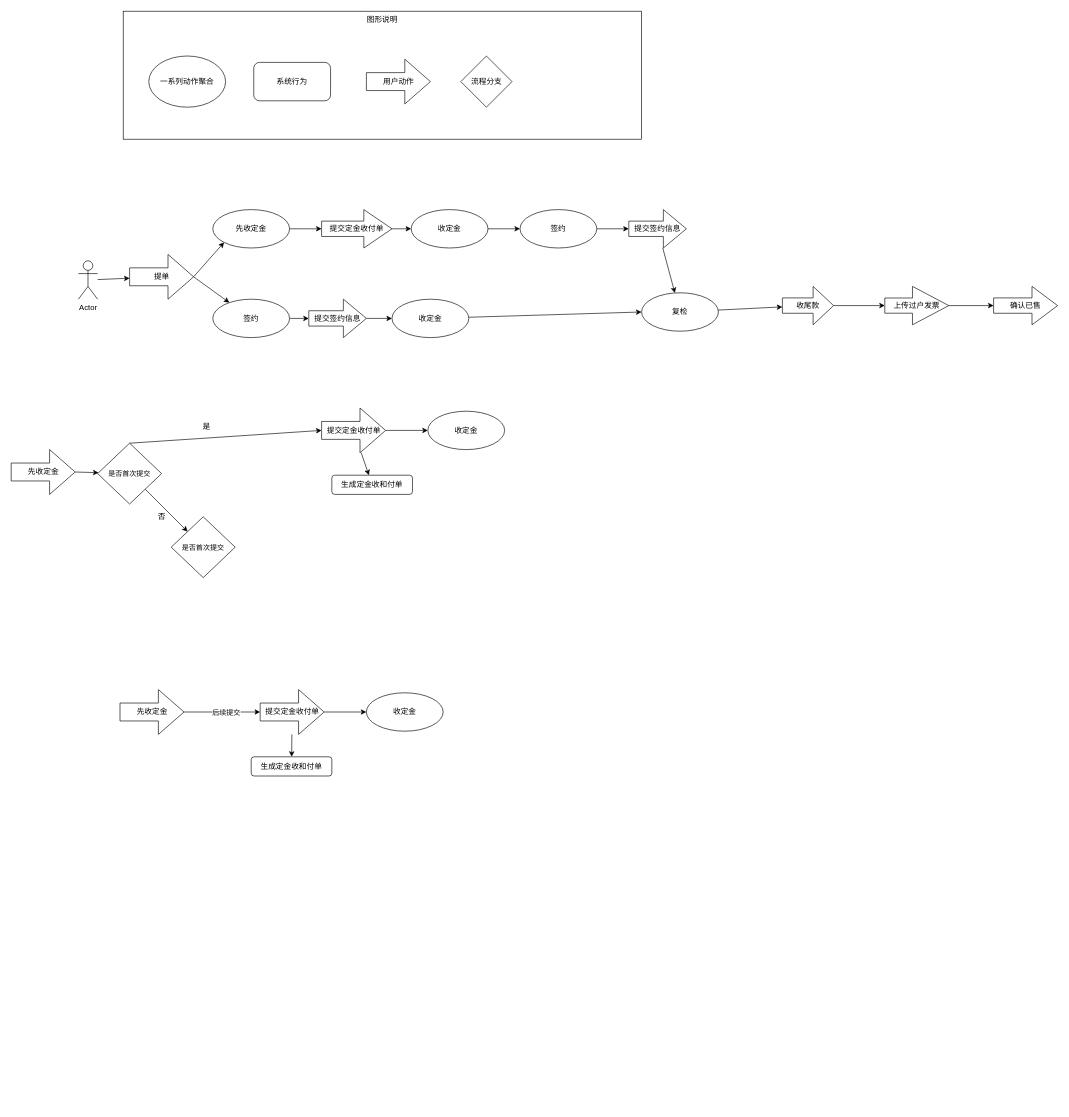
Before: page "流程概览" (1 of 3) of 先收定金优化.drawio in daicx/daicx, a draw.io diagram. Source tidied: cells renumbered, new cells numbered last; positions are measured from the earlier drawing's top-left corner, leaving out a move shared by most shapes. Both pictures are drawn from the tidied source at 64%, with x=0, y=0 at pixel (11, 11).
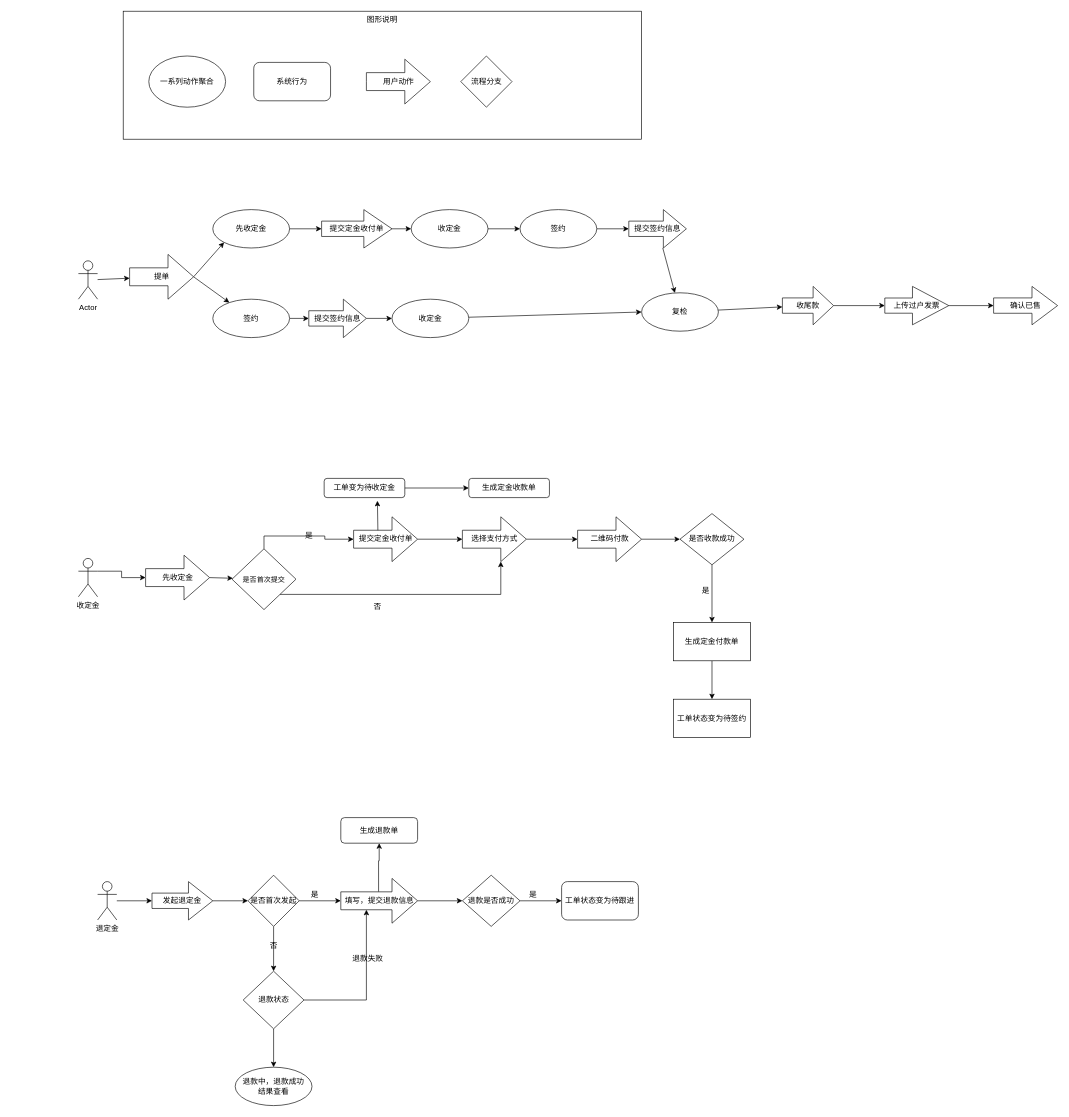
The same diagram, later.

Diff of the diagram source:
```diff
@@
     <mxCell id="32" value="先收定金" style="html=1;shadow=0;dashed=0;align=center;verticalAlign=middle;shape=mxgraph.arrows2.arrow;dy=0.6;dx=40;notch=0;" parent="1" vertex="1">
-      <mxGeometry y="685" width="100" height="70" as="geometry" />
+      <mxGeometry x="210" y="850" width="100" height="70" as="geometry" />
     </mxCell>
-    <mxCell id="33" style="edgeStyle=none;rounded=0;jettySize=auto;html=1;" parent="1" edge="1" source="35" target="36">
-      <mxGeometry relative="1" as="geometry" />
+    <mxCell id="33" style="edgeStyle=none;rounded=0;jettySize=auto;html=1;exitX=0.38;exitY=0.343;exitDx=0;exitDy=0;exitPerimeter=0;" parent="1" edge="1" source="35">
+      <mxGeometry relative="1" as="geometry">
+        <mxPoint x="572.2" y="765" as="targetPoint" />
+      </mxGeometry>
     </mxCell>
-    <mxCell id="34" style="edgeStyle=none;rounded=0;jettySize=auto;html=1;entryX=0;entryY=0.5;entryDx=0;entryDy=0;" parent="1" edge="1" source="35" target="37">
-      <mxGeometry relative="1" as="geometry" />
-    </mxCell>
+    <mxCell id="56" style="edgeStyle=orthogonalEdgeStyle;rounded=0;jettySize=auto;html=1;" parent="1" edge="1" source="35" target="60">
+      <mxGeometry relative="1" as="geometry" />
+    </mxCell>
     <mxCell id="35" value="&lt;span&gt;提交定金收付单&lt;/span&gt;" style="html=1;shadow=0;dashed=0;align=center;verticalAlign=middle;shape=mxgraph.arrows2.arrow;dy=0.6;dx=40;notch=0;" parent="1" vertex="1">
-      <mxGeometry x="485" y="620" width="100" height="70" as="geometry" />
+      <mxGeometry x="535" y="790" width="100" height="70" as="geometry" />
     </mxCell>
+    <mxCell id="57" style="edgeStyle=orthogonalEdgeStyle;rounded=0;jettySize=auto;html=1;exitX=1;exitY=0.5;exitDx=0;exitDy=0;entryX=0;entryY=0.5;entryDx=0;entryDy=0;" parent="1" edge="1" source="69" target="36">
+      <mxGeometry relative="1" as="geometry" />
+    </mxCell>
-    <mxCell id="36" value="生成定金收和付单" style="rounded=1;whiteSpace=wrap;html=1;shadow=0;dashed=0;" parent="1" vertex="1">
-      <mxGeometry x="501" y="725" width="126" height="30" as="geometry" />
+    <mxCell id="36" value="生成定金收款单" style="rounded=1;whiteSpace=wrap;html=1;shadow=0;dashed=0;" parent="1" vertex="1">
+      <mxGeometry x="715" y="730" width="126" height="30" as="geometry" />
     </mxCell>
-    <mxCell id="37" value="收定金" style="ellipse;whiteSpace=wrap;html=1;" parent="1" vertex="1">
-      <mxGeometry x="651" y="625" width="120" height="60" as="geometry" />
-    </mxCell>
@@
-    <mxCell id="41" style="edgeStyle=none;rounded=0;jettySize=auto;html=1;exitX=1;exitY=0.5;exitDx=0;exitDy=0;exitPerimeter=0;" parent="1" edge="1" source="43" target="46">
-      <mxGeometry relative="1" as="geometry" />
-    </mxCell>
-    <mxCell id="42" value="后续提交" style="edgeLabel;html=1;align=center;verticalAlign=middle;" parent="41" vertex="1">
-      <mxGeometry x="-0.34" y="-1" relative="1" as="geometry">
-        <mxPoint x="26" y="-1" as="offset" />
-      </mxGeometry>
-    </mxCell>
-    <mxCell id="43" value="先收定金" style="html=1;shadow=0;dashed=0;align=center;verticalAlign=middle;shape=mxgraph.arrows2.arrow;dy=0.6;dx=40;notch=0;" parent="1" vertex="1">
-      <mxGeometry x="170" y="1060" width="100" height="70" as="geometry" />
-    </mxCell>
-    <mxCell id="44" style="edgeStyle=none;rounded=0;jettySize=auto;html=1;" parent="1" edge="1" source="46" target="47">
-      <mxGeometry relative="1" as="geometry" />
-    </mxCell>
-    <mxCell id="45" style="edgeStyle=none;rounded=0;jettySize=auto;html=1;entryX=0;entryY=0.5;entryDx=0;entryDy=0;" parent="1" edge="1" source="46" target="48">
-      <mxGeometry relative="1" as="geometry" />
-    </mxCell>
-    <mxCell id="46" value="&lt;span&gt;提交定金收付单&lt;/span&gt;" style="html=1;shadow=0;dashed=0;align=center;verticalAlign=middle;shape=mxgraph.arrows2.arrow;dy=0.6;dx=40;notch=0;" parent="1" vertex="1">
-      <mxGeometry x="389" y="1060" width="100" height="70" as="geometry" />
-    </mxCell>
-    <mxCell id="47" value="生成定金收和付单" style="rounded=1;whiteSpace=wrap;html=1;shadow=0;dashed=0;" parent="1" vertex="1">
-      <mxGeometry x="375" y="1165" width="126" height="30" as="geometry" />
-    </mxCell>
-    <mxCell id="48" value="收定金" style="ellipse;whiteSpace=wrap;html=1;" parent="1" vertex="1">
-      <mxGeometry x="555" y="1065" width="120" height="60" as="geometry" />
-    </mxCell>
@@
-    <mxCell id="50" style="edgeStyle=none;rounded=0;jettySize=auto;html=1;" parent="1" edge="1" source="52" target="53">
-      <mxGeometry relative="1" as="geometry" />
-    </mxCell>
-    <mxCell id="51" style="edgeStyle=none;rounded=0;jettySize=auto;html=1;exitX=0.5;exitY=0;exitDx=0;exitDy=0;entryX=0;entryY=0.5;entryDx=0;entryDy=0;entryPerimeter=0;" parent="1" edge="1" source="52" target="35">
+    <mxCell id="51" style="edgeStyle=orthogonalEdgeStyle;rounded=0;jettySize=auto;html=1;exitX=0.5;exitY=0;exitDx=0;exitDy=0;entryX=0;entryY=0.5;entryDx=0;entryDy=0;entryPerimeter=0;" parent="1" edge="1" source="52" target="35">
       <mxGeometry relative="1" as="geometry" />
     </mxCell>
+    <mxCell id="58" style="edgeStyle=orthogonalEdgeStyle;rounded=0;jettySize=auto;html=1;exitX=1;exitY=1;exitDx=0;exitDy=0;entryX=0;entryY=0;entryDx=60;entryDy=70;entryPerimeter=0;" parent="1" edge="1" source="52" target="60">
+      <mxGeometry relative="1" as="geometry" />
+    </mxCell>
     <mxCell id="52" value="&lt;span style=&quot;font-size: 11px ; background-color: rgb(255 , 255 , 255)&quot;&gt;是否首次提交&lt;/span&gt;" style="rhombus;whiteSpace=wrap;html=1;" parent="1" vertex="1">
-      <mxGeometry x="135" y="675" width="100" height="95" as="geometry" />
+      <mxGeometry x="345" y="840" width="100" height="95" as="geometry" />
     </mxCell>
-    <mxCell id="53" value="&lt;span style=&quot;font-size: 11px ; background-color: rgb(255 , 255 , 255)&quot;&gt;是否首次提交&lt;/span&gt;" style="rhombus;whiteSpace=wrap;html=1;" parent="1" vertex="1">
-      <mxGeometry x="250" y="790" width="100" height="95" as="geometry" />
-    </mxCell>
     <mxCell id="54" value="是" style="text;html=1;align=center;verticalAlign=middle;strokeColor=none;fillColor=none;" parent="1" vertex="1">
-      <mxGeometry x="290" y="640" width="30" height="20" as="geometry" />
+      <mxGeometry x="450" y="810" width="30" height="20" as="geometry" />
     </mxCell>
     <mxCell id="55" value="否" style="text;html=1;align=center;verticalAlign=middle;strokeColor=none;fillColor=none;" parent="1" vertex="1">
-      <mxGeometry x="220" y="780" width="30" height="20" as="geometry" />
+      <mxGeometry x="557" y="920" width="30" height="20" as="geometry" />
     </mxCell>
+    <mxCell id="59" style="edgeStyle=orthogonalEdgeStyle;rounded=0;jettySize=auto;html=1;" parent="1" edge="1" source="60" target="62">
+      <mxGeometry relative="1" as="geometry" />
+    </mxCell>
+    <mxCell id="60" value="选择支付方式" style="html=1;shadow=0;dashed=0;align=center;verticalAlign=middle;shape=mxgraph.arrows2.arrow;dy=0.6;dx=40;notch=0;" parent="1" vertex="1">
+      <mxGeometry x="705" y="790" width="100" height="70" as="geometry" />
+    </mxCell>
+    <mxCell id="61" style="edgeStyle=orthogonalEdgeStyle;rounded=0;jettySize=auto;html=1;" parent="1" edge="1" source="62" target="64">
+      <mxGeometry relative="1" as="geometry" />
+    </mxCell>
+    <mxCell id="62" value="二维码付款" style="html=1;shadow=0;dashed=0;align=center;verticalAlign=middle;shape=mxgraph.arrows2.arrow;dy=0.6;dx=40;notch=0;" parent="1" vertex="1">
+      <mxGeometry x="885" y="790" width="100" height="70" as="geometry" />
+    </mxCell>
+    <mxCell id="63" style="edgeStyle=orthogonalEdgeStyle;rounded=0;jettySize=auto;html=1;" parent="1" edge="1" source="64" target="66">
+      <mxGeometry relative="1" as="geometry" />
+    </mxCell>
+    <mxCell id="64" value="是否收款成功" style="rhombus;whiteSpace=wrap;html=1;shadow=0;dashed=0;" parent="1" vertex="1">
+      <mxGeometry x="1045" y="785" width="100" height="80" as="geometry" />
+    </mxCell>
+    <mxCell id="65" style="edgeStyle=orthogonalEdgeStyle;rounded=0;jettySize=auto;html=1;" parent="1" edge="1" source="66" target="68">
+      <mxGeometry relative="1" as="geometry" />
+    </mxCell>
+    <mxCell id="66" value="&lt;span&gt;生成定金付款单&lt;/span&gt;" style="whiteSpace=wrap;html=1;shadow=0;dashed=0;" parent="1" vertex="1">
+      <mxGeometry x="1035" y="955" width="120" height="60" as="geometry" />
+    </mxCell>
+    <mxCell id="67" value="是" style="text;html=1;align=center;verticalAlign=middle;strokeColor=none;fillColor=none;" parent="1" vertex="1">
+      <mxGeometry x="1070" y="895" width="30" height="20" as="geometry" />
+    </mxCell>
+    <mxCell id="68" value="工单状态变为待签约" style="whiteSpace=wrap;html=1;shadow=0;dashed=0;" parent="1" vertex="1">
+      <mxGeometry x="1035" y="1075" width="120" height="60" as="geometry" />
+    </mxCell>
+    <mxCell id="69" value="工单变为待收定金" style="rounded=1;whiteSpace=wrap;html=1;shadow=0;dashed=0;" parent="1" vertex="1">
+      <mxGeometry x="489" y="730" width="126" height="30" as="geometry" />
+    </mxCell>
+    <mxCell id="70" style="edgeStyle=orthogonalEdgeStyle;rounded=0;jettySize=auto;html=1;exitX=1;exitY=0.3333333333333333;exitDx=0;exitDy=0;exitPerimeter=0;entryX=0;entryY=0.5;entryDx=0;entryDy=0;entryPerimeter=0;" parent="1" edge="1" source="71" target="32">
+      <mxGeometry relative="1" as="geometry" />
+    </mxCell>
+    <mxCell id="71" value="收定金" style="shape=umlActor;verticalLabelPosition=bottom;verticalAlign=top;html=1;outlineConnect=0;" parent="1" vertex="1">
+      <mxGeometry x="105" y="855" width="30" height="60" as="geometry" />
+    </mxCell>
+    <mxCell id="72" style="edgeStyle=orthogonalEdgeStyle;rounded=0;jettySize=auto;html=1;" parent="1" edge="1" source="73" target="75">
+      <mxGeometry relative="1" as="geometry" />
+    </mxCell>
+    <mxCell id="73" value="退定金" style="shape=umlActor;verticalLabelPosition=bottom;verticalAlign=top;html=1;outlineConnect=0;" parent="1" vertex="1">
+      <mxGeometry x="135" y="1360" width="30" height="60" as="geometry" />
+    </mxCell>
+    <mxCell id="74" style="edgeStyle=orthogonalEdgeStyle;rounded=0;jettySize=auto;html=1;" parent="1" edge="1" source="75" target="78">
+      <mxGeometry relative="1" as="geometry" />
+    </mxCell>
+    <mxCell id="75" value="发起退定金" style="shape=singleArrow;whiteSpace=wrap;html=1;arrowWidth=0.4;arrowSize=0.4;verticalAlign=middle;" parent="1" vertex="1">
+      <mxGeometry x="220" y="1360" width="95" height="60" as="geometry" />
+    </mxCell>
+    <mxCell id="76" style="edgeStyle=orthogonalEdgeStyle;rounded=0;jettySize=auto;html=1;" parent="1" edge="1" source="78" target="82">
+      <mxGeometry relative="1" as="geometry" />
+    </mxCell>
+    <mxCell id="77" style="edgeStyle=orthogonalEdgeStyle;rounded=0;jettySize=auto;html=1;entryX=0.5;entryY=0;entryDx=0;entryDy=0;" parent="1" edge="1" source="78" target="91">
+      <mxGeometry relative="1" as="geometry" />
+    </mxCell>
+    <mxCell id="78" value="是否首次发起" style="rhombus;whiteSpace=wrap;html=1;" parent="1" vertex="1">
+      <mxGeometry x="370" y="1350" width="80" height="80" as="geometry" />
+    </mxCell>
+    <mxCell id="79" value="是" style="text;html=1;align=center;verticalAlign=middle;strokeColor=none;fillColor=none;" parent="1" vertex="1">
+      <mxGeometry x="459" y="1370" width="30" height="20" as="geometry" />
+    </mxCell>
+    <mxCell id="80" style="edgeStyle=orthogonalEdgeStyle;rounded=0;jettySize=auto;html=1;exitX=0.492;exitY=0.3;exitDx=0;exitDy=0;exitPerimeter=0;" parent="1" edge="1" source="82" target="83">
+      <mxGeometry relative="1" as="geometry" />
+    </mxCell>
+    <mxCell id="81" style="edgeStyle=orthogonalEdgeStyle;rounded=0;jettySize=auto;html=1;" parent="1" edge="1" source="82" target="85">
+      <mxGeometry relative="1" as="geometry" />
+    </mxCell>
+    <mxCell id="82" value="填写，提交退款信息" style="html=1;shadow=0;dashed=0;align=center;verticalAlign=middle;shape=mxgraph.arrows2.arrow;dy=0.6;dx=40;notch=0;" parent="1" vertex="1">
+      <mxGeometry x="515" y="1355" width="120" height="70" as="geometry" />
+    </mxCell>
+    <mxCell id="83" value="&lt;span&gt;生成退款单&lt;/span&gt;" style="rounded=1;whiteSpace=wrap;html=1;shadow=0;dashed=0;" parent="1" vertex="1">
+      <mxGeometry x="515" y="1260" width="120" height="40" as="geometry" />
+    </mxCell>
+    <mxCell id="84" style="edgeStyle=orthogonalEdgeStyle;rounded=0;jettySize=auto;html=1;" parent="1" edge="1" source="85" target="86">
+      <mxGeometry relative="1" as="geometry" />
+    </mxCell>
+    <mxCell id="85" value="退款是否成功" style="rhombus;whiteSpace=wrap;html=1;shadow=0;dashed=0;" parent="1" vertex="1">
+      <mxGeometry x="705" y="1350" width="90" height="80" as="geometry" />
+    </mxCell>
+    <mxCell id="86" value="工单状态变为待跟进" style="rounded=1;whiteSpace=wrap;html=1;shadow=0;dashed=0;" parent="1" vertex="1">
+      <mxGeometry x="860" y="1360" width="120" height="60" as="geometry" />
+    </mxCell>
+    <mxCell id="87" value="是" style="text;html=1;align=center;verticalAlign=middle;strokeColor=none;fillColor=none;" parent="1" vertex="1">
+      <mxGeometry x="800" y="1370" width="30" height="20" as="geometry" />
+    </mxCell>
+    <mxCell id="88" value="否" style="text;html=1;align=center;verticalAlign=middle;strokeColor=none;fillColor=none;" parent="1" vertex="1">
+      <mxGeometry x="395" y="1450" width="30" height="20" as="geometry" />
+    </mxCell>
+    <mxCell id="89" style="edgeStyle=orthogonalEdgeStyle;rounded=0;jettySize=auto;html=1;exitX=1;exitY=0.5;exitDx=0;exitDy=0;entryX=0;entryY=0;entryDx=39.99999999999999;entryDy=49;entryPerimeter=0;" parent="1" edge="1" source="91" target="82">
+      <mxGeometry relative="1" as="geometry" />
+    </mxCell>
+    <mxCell id="90" style="edgeStyle=orthogonalEdgeStyle;rounded=0;jettySize=auto;html=1;" parent="1" edge="1" source="91" target="93">
+      <mxGeometry relative="1" as="geometry" />
+    </mxCell>
+    <mxCell id="91" value="退款状态" style="rhombus;whiteSpace=wrap;html=1;" parent="1" vertex="1">
+      <mxGeometry x="362.5" y="1500" width="95" height="90" as="geometry" />
+    </mxCell>
+    <mxCell id="92" value="退款失败" style="text;html=1;align=center;verticalAlign=middle;strokeColor=none;fillColor=none;" parent="1" vertex="1">
+      <mxGeometry x="527" y="1470" width="60" height="20" as="geometry" />
+    </mxCell>
+    <mxCell id="93" value="退款中，退款成功&lt;br&gt;结果查看" style="ellipse;whiteSpace=wrap;html=1;" parent="1" vertex="1">
+      <mxGeometry x="350" y="1650" width="120" height="60" as="geometry" />
+    </mxCell>
```
